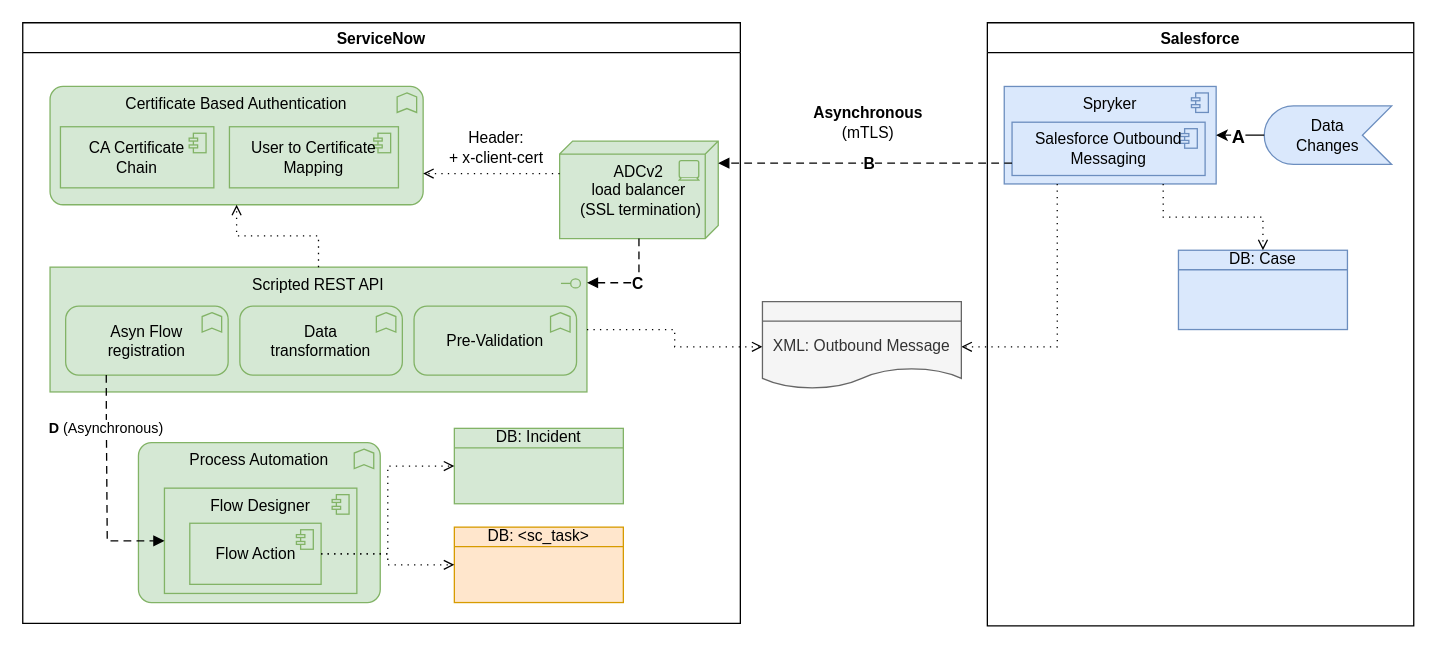
This is page "GetResults" (2 of 2) of AldiArgoSec.drawio from algimas/tmp, a draw.io file, before an edit. Source tidied: cells renumbered, new cells numbered last; positions are measured from the earlier drawing's top-left corner, leaving out a move shared by most shapes. Both pictures are drawn from the tidied source at 130%, with x=0, y=0 at pixel (22, 22).
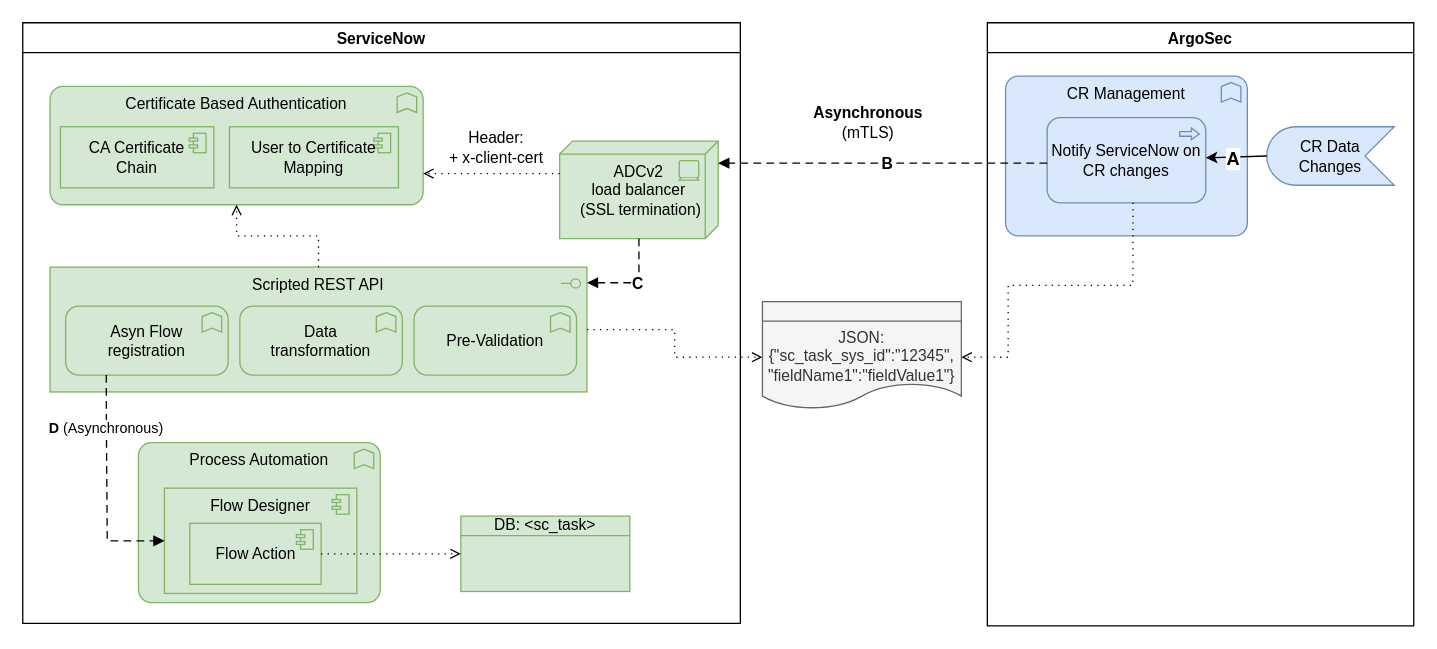
After the change.

The change refers to these unchanged cells:
```xml
<mxCell id="5" value="ServiceNow" style="swimlane;" parent="1" vertex="1">
  <mxGeometry width="552" height="462" as="geometry" />
</mxCell>
<mxCell id="11" value="&lt;div&gt;&lt;span class=&quot;ng-scope&quot;&gt;&lt;span class=&quot;ng-scope&quot;&gt;&lt;span id=&quot;section_tab.d582dcb0c3310200b0449f2974d3aebd&quot;&gt;&lt;span id=&quot;section-d582dcb0c3310200b0449f2974d3aebd&quot;&gt;ADCv2 &lt;br&gt;&lt;/span&gt;&lt;/span&gt;&lt;/span&gt;&lt;/span&gt;&lt;/div&gt;&lt;div&gt;&lt;span class=&quot;ng-scope&quot;&gt;&lt;span class=&quot;ng-scope&quot;&gt;&lt;span id=&quot;section_tab.d582dcb0c3310200b0449f2974d3aebd&quot;&gt;&lt;span id=&quot;section-d582dcb0c3310200b0449f2974d3aebd&quot;&gt;load balancer&lt;/span&gt;&lt;/span&gt;&lt;/span&gt;&lt;/span&gt;&lt;/div&gt;&amp;nbsp;(SSL termination)" style="html=1;outlineConnect=0;whiteSpace=wrap;fillColor=#d5e8d4;shape=mxgraph.archimate3.tech;techType=device;fontSize=12;strokeColor=#82b366;" parent="5" vertex="1">
  <mxGeometry x="413" y="91" width="122" height="75" as="geometry" />
</mxCell>
<mxCell id="32" value="Flow Action" style="html=1;outlineConnect=0;whiteSpace=wrap;fillColor=#d5e8d4;shape=mxgraph.archimate3.application;appType=comp;archiType=square;strokeColor=#82b366;verticalAlign=middle;" parent="1" vertex="1">
  <mxGeometry x="128.5" y="385" width="101" height="47" as="geometry" />
</mxCell>
```

What changed in the source:
```diff
@@
-    <mxCell id="2" value="Salesforce" style="swimlane;" parent="1" vertex="1">
+    <mxCell id="2" value="ArgoSec" style="swimlane;" parent="1" vertex="1">
       <mxGeometry x="742" width="328" height="464" as="geometry" />
     </mxCell>
-    <mxCell id="3" value="DB: Case" style="html=1;outlineConnect=0;whiteSpace=wrap;fillColor=#dae8fc;shape=mxgraph.archimate3.businessObject;overflow=fill;strokeColor=#6c8ebf;" parent="2" vertex="1">
-      <mxGeometry x="147" y="175" width="130" height="61" as="geometry" />
-    </mxCell>
-    <mxCell id="4" value="&lt;div&gt;Data &lt;br&gt;&lt;/div&gt;&lt;div&gt;Changes&lt;/div&gt;" style="html=1;outlineConnect=0;whiteSpace=wrap;fillColor=#dae8fc;shape=mxgraph.archimate3.event;direction=west;strokeColor=#6c8ebf;" parent="2" vertex="1">
-      <mxGeometry x="213" y="64" width="98" height="45" as="geometry" />
+    <mxCell id="4" value="&lt;div&gt;CR Data &lt;br&gt;&lt;/div&gt;&lt;div&gt;Changes&lt;/div&gt;" style="html=1;outlineConnect=0;whiteSpace=wrap;fillColor=#dae8fc;shape=mxgraph.archimate3.event;direction=west;strokeColor=#6c8ebf;" parent="2" vertex="1">
+      <mxGeometry x="215" y="80" width="98" height="45" as="geometry" />
     </mxCell>
+    <mxCell id="38" value="&lt;span id=&quot;hs_cos_wrapper_post_body&quot; class=&quot;hs_cos_wrapper hs_cos_wrapper_meta_field hs_cos_wrapper_type_rich_text&quot;&gt;CR Management&lt;/span&gt;" style="html=1;whiteSpace=wrap;fillColor=#dae8fc;shape=mxgraph.archimate3.application;appType=func;archiType=rounded;verticalAlign=top;strokeColor=#6c8ebf;" parent="2" vertex="1">
+      <mxGeometry x="14" y="41" width="186" height="123" as="geometry" />
+    </mxCell>
+    <mxCell id="39" value="Notify ServiceNow on CR changes" style="html=1;outlineConnect=0;whiteSpace=wrap;fillColor=#dae8fc;shape=mxgraph.archimate3.application;appType=proc;archiType=rounded;strokeColor=#6c8ebf;" parent="2" vertex="1">
+      <mxGeometry x="46" y="73" width="122" height="65.5" as="geometry" />
+    </mxCell>
+    <mxCell id="24" style="edgeStyle=none;rounded=0;jettySize=auto;html=1;fillColor=#80b6a1;exitX=1;exitY=0.5;exitDx=0;exitDy=0;exitPerimeter=0;" parent="2" edge="1" source="4" target="39">
+      <mxGeometry relative="1" as="geometry" />
+    </mxCell>
+    <mxCell id="25" value="&lt;font style=&quot;font-size: 14px&quot;&gt;&lt;b&gt;A&lt;/b&gt;&lt;/font&gt;" style="edgeLabel;html=1;align=center;verticalAlign=middle;fillColor=#80b6a1;" parent="24" vertex="1">
+      <mxGeometry x="0.14" relative="1" as="geometry">
+        <mxPoint y="1" as="offset" />
+      </mxGeometry>
+    </mxCell>
@@
-    <mxCell id="20" value="DB: Incident" style="html=1;outlineConnect=0;whiteSpace=wrap;fillColor=#d5e8d4;shape=mxgraph.archimate3.businessObject;overflow=fill;strokeColor=#82b366;" parent="5" vertex="1">
-      <mxGeometry x="332" y="312" width="130" height="58" as="geometry" />
-    </mxCell>
-    <mxCell id="21" value="DB: &amp;lt;sc_task&amp;gt;" style="html=1;outlineConnect=0;whiteSpace=wrap;fillColor=#ffe6cc;shape=mxgraph.archimate3.businessObject;overflow=fill;strokeColor=#d79b00;" parent="5" vertex="1">
-      <mxGeometry x="332" y="388" width="130" height="58" as="geometry" />
+    <mxCell id="21" value="DB: &amp;lt;sc_task&amp;gt;" style="html=1;outlineConnect=0;whiteSpace=wrap;fillColor=#d5e8d4;shape=mxgraph.archimate3.businessObject;overflow=fill;strokeColor=#82b366;" parent="5" vertex="1">
+      <mxGeometry x="337" y="379.5" width="130" height="58" as="geometry" />
     </mxCell>
-    <mxCell id="22" value="Spryker" style="html=1;outlineConnect=0;whiteSpace=wrap;fillColor=#dae8fc;shape=mxgraph.archimate3.application;appType=comp;archiType=square;strokeColor=#6c8ebf;verticalAlign=top;" parent="1" vertex="1">
-      <mxGeometry x="755" y="49" width="163" height="75" as="geometry" />
-    </mxCell>
-    <mxCell id="23" style="edgeStyle=orthogonalEdgeStyle;html=1;endArrow=open;elbow=vertical;endFill=0;dashed=1;dashPattern=1 4;rounded=0;exitX=0.75;exitY=1;exitDx=0;exitDy=0;exitPerimeter=0;fillColor=#00b9f2;" parent="1" edge="1" source="22" target="3">
-      <mxGeometry relative="1" as="geometry" />
-    </mxCell>
-    <mxCell id="24" style="edgeStyle=none;rounded=0;jettySize=auto;html=1;fillColor=#80b6a1;exitX=1;exitY=0.5;exitDx=0;exitDy=0;exitPerimeter=0;entryX=1;entryY=0.5;entryDx=0;entryDy=0;entryPerimeter=0;" parent="1" edge="1" source="4" target="22">
-      <mxGeometry relative="1" as="geometry" />
-    </mxCell>
-    <mxCell id="25" value="&lt;font style=&quot;font-size: 14px&quot;&gt;&lt;b&gt;A&lt;/b&gt;&lt;/font&gt;" style="edgeLabel;html=1;align=center;verticalAlign=middle;fillColor=#80b6a1;" parent="24" vertex="1">
-      <mxGeometry x="0.14" relative="1" as="geometry">
-        <mxPoint y="1" as="offset" />
-      </mxGeometry>
-    </mxCell>
-    <mxCell id="26" style="edgeStyle=orthogonalEdgeStyle;html=1;endArrow=open;elbow=vertical;endFill=0;dashed=1;dashPattern=1 4;rounded=0;exitX=0.25;exitY=1;exitDx=0;exitDy=0;exitPerimeter=0;entryX=1;entryY=0.5;entryDx=0;entryDy=0;entryPerimeter=0;fillColor=#80b6a1;" parent="1" edge="1" source="22" target="28">
-      <mxGeometry relative="1" as="geometry" />
+    <mxCell id="26" style="edgeStyle=orthogonalEdgeStyle;html=1;endArrow=open;elbow=vertical;endFill=0;dashed=1;dashPattern=1 4;rounded=0;entryX=1;entryY=0.5;entryDx=0;entryDy=0;entryPerimeter=0;fillColor=#80b6a1;" parent="1" edge="1" source="39" target="28">
+      <mxGeometry relative="1" as="geometry">
+        <Array as="points">
+          <mxPoint x="854" y="202" />
+          <mxPoint x="758" y="202" />
+          <mxPoint x="758" y="257" />
+        </Array>
+      </mxGeometry>
     </mxCell>
@@
-    <mxCell id="28" value="&lt;div style=&quot;font-size: 12px;&quot;&gt;XML: Outbound Message&lt;/div&gt;" style="html=1;outlineConnect=0;whiteSpace=wrap;fillColor=#f5f5f5;shape=mxgraph.archimate3.representation;fontSize=12;align=center;strokeColor=#666666;fontColor=#333333;" parent="1" vertex="1">
-      <mxGeometry x="569" y="214.5" width="153" height="69.5" as="geometry" />
+    <mxCell id="28" value="&lt;div style=&quot;font-size: 12px;&quot;&gt;JSON: {&quot;sc_task_sys_id&quot;:&quot;12345&quot;,&lt;/div&gt;&lt;div style=&quot;font-size: 12px;&quot;&gt;&quot;fieldName1&quot;:&quot;fieldValue1&quot;}&lt;/div&gt;" style="html=1;outlineConnect=0;whiteSpace=wrap;fillColor=#f5f5f5;shape=mxgraph.archimate3.representation;fontSize=12;align=center;strokeColor=#666666;fontColor=#333333;" parent="1" vertex="1">
+      <mxGeometry x="569" y="214.5" width="153" height="85.5" as="geometry" />
     </mxCell>
@@
-    <mxCell id="30" value="Salesforce Outbound Messaging" style="html=1;outlineConnect=0;whiteSpace=wrap;fillColor=#dae8fc;shape=mxgraph.archimate3.application;appType=comp;archiType=square;strokeColor=#6c8ebf;verticalAlign=middle;" parent="1" vertex="1">
-      <mxGeometry x="761" y="76.5" width="148.5" height="41" as="geometry" />
-    </mxCell>
@@
-    <mxCell id="35" style="edgeStyle=elbowEdgeStyle;html=1;endArrow=block;dashed=1;elbow=vertical;endFill=1;dashPattern=6 4;rounded=0;fontSize=12;" parent="1" edge="1" source="30" target="11">
+    <mxCell id="35" style="edgeStyle=elbowEdgeStyle;html=1;endArrow=block;dashed=1;elbow=vertical;endFill=1;dashPattern=6 4;rounded=0;fontSize=12;" parent="1" edge="1" source="39" target="11">
       <mxGeometry relative="1" as="geometry">
         <Array as="points">
           <mxPoint x="591" y="108" />
           <mxPoint x="561" y="97" />
           <mxPoint x="613" y="103" />
           <mxPoint x="347" y="114" />
         </Array>
       </mxGeometry>
     </mxCell>
@@
-    <mxCell id="37" style="edgeStyle=orthogonalEdgeStyle;html=1;endArrow=open;elbow=vertical;endFill=0;dashed=1;dashPattern=1 4;rounded=0;fillColor=#80b6a1;entryX=0;entryY=0.5;entryDx=0;entryDy=0;entryPerimeter=0;exitX=1;exitY=0.5;exitDx=0;exitDy=0;exitPerimeter=0;" parent="1" edge="1" source="32" target="20">
-      <mxGeometry relative="1" as="geometry" />
-    </mxCell>
```
